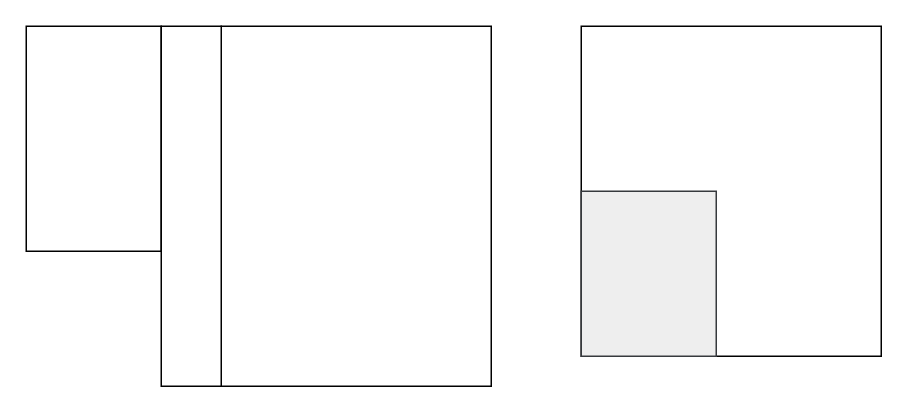
Earlier version of the draw.io diagram page "Colvestone" (2 of 2) of tech_blog/content/what_do_I_think/Flat_Setup.drawio (calumjackson/techblog). Source tidied: cells renumbered, new cells numbered last; positions are measured from the earlier drawing's top-left corner, leaving out a move shared by most shapes. Both pictures are drawn from the tidied source at 150%, with x=0, y=0 at pixel (26, 26).
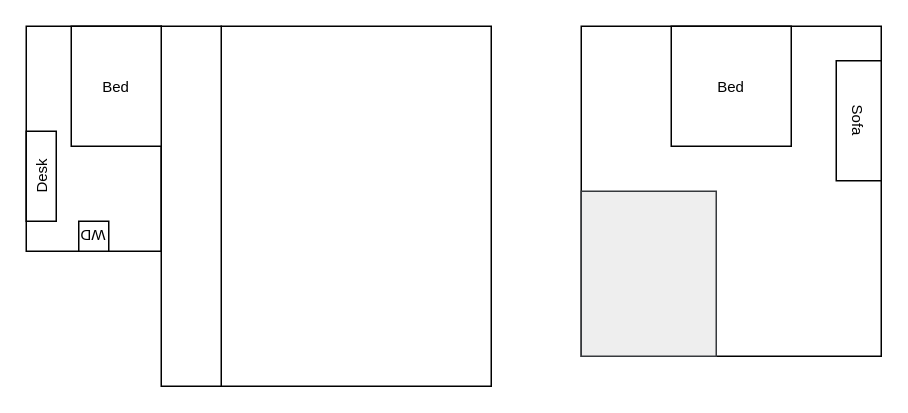
After the change.

The edit, as a diff of the source:
```diff
@@
 <mxGraphModel>
   <root>
     <mxCell id="0" />
     <mxCell id="1" parent="0" />
     <mxCell id="2" style="rounded=0;whiteSpace=wrap;html=1;" parent="1" vertex="1">
       <mxGeometry x="130" width="180" height="240" as="geometry" />
     </mxCell>
     <mxCell id="3" style="rounded=0;whiteSpace=wrap;html=1;" parent="1" vertex="1">
       <mxGeometry width="90" height="150" as="geometry" />
     </mxCell>
     <mxCell id="4" style="rounded=0;whiteSpace=wrap;html=1;" parent="1" vertex="1">
       <mxGeometry x="90" width="40" height="240" as="geometry" />
     </mxCell>
     <mxCell id="5" style="rounded=0;whiteSpace=wrap;html=1;" parent="1" vertex="1">
       <mxGeometry x="370" width="200" height="220" as="geometry" />
     </mxCell>
     <mxCell id="6" style="rounded=0;whiteSpace=wrap;html=1;fillColor=#eeeeee;strokeColor=#36393d;" parent="1" vertex="1">
       <mxGeometry x="370" y="110" width="90" height="110" as="geometry" />
     </mxCell>
+    <mxCell id="7" value="Bed" style="rounded=0;whiteSpace=wrap;html=1;fontSize=10;rotation=0;" parent="1" vertex="1">
+      <mxGeometry x="430" width="80" height="80" as="geometry" />
+    </mxCell>
+    <mxCell id="8" value="Bed" style="rounded=0;whiteSpace=wrap;html=1;fontSize=10;rotation=0;" parent="1" vertex="1">
+      <mxGeometry x="30" width="60" height="80" as="geometry" />
+    </mxCell>
+    <mxCell id="9" value="Desk" style="rounded=0;whiteSpace=wrap;html=1;fontSize=10;rotation=-90;" parent="1" vertex="1">
+      <mxGeometry x="-20" y="90" width="60" height="20" as="geometry" />
+    </mxCell>
+    <mxCell id="10" value="WD" style="rounded=0;whiteSpace=wrap;html=1;horizontal=0;fontSize=10;rotation=-90;" parent="1" vertex="1">
+      <mxGeometry x="35" y="130" width="20" height="20" as="geometry" />
+    </mxCell>
+    <mxCell id="11" value="Sofa" style="rounded=0;whiteSpace=wrap;html=1;fontSize=10;rotation=90;" parent="1" vertex="1">
+      <mxGeometry x="515" y="48" width="80" height="30" as="geometry" />
+    </mxCell>
   </root>
 </mxGraphModel>
```
